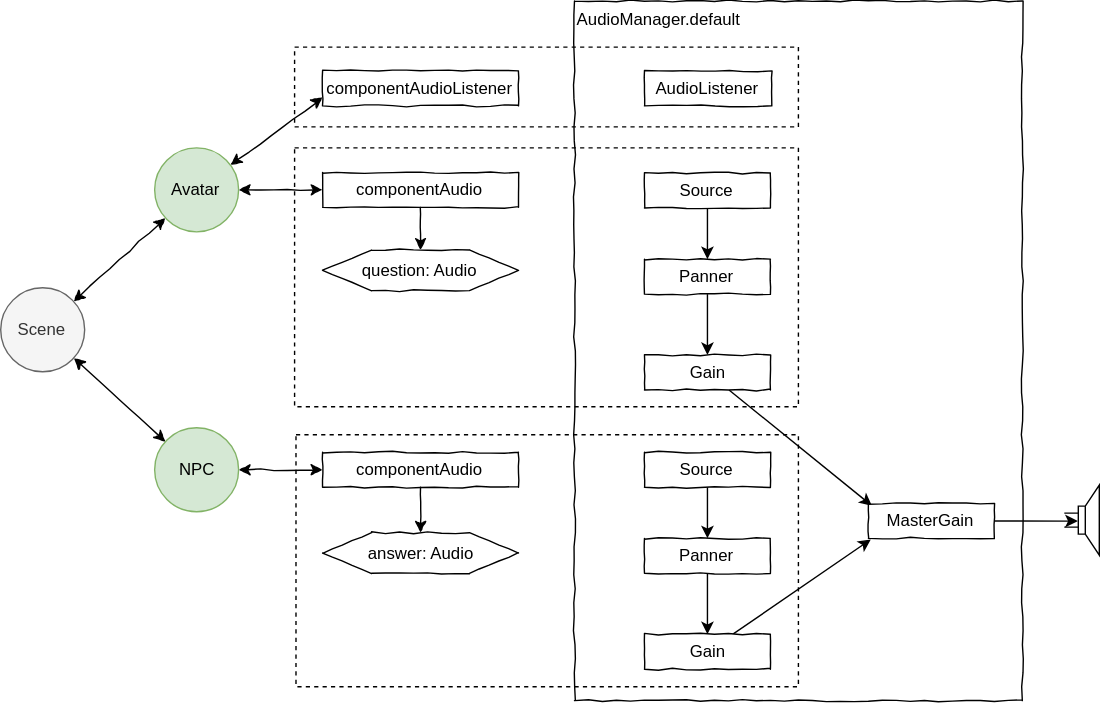
The draw.io diagram Documentation/Design/Audio.svg in JirkaDellOro/FUDGE, before a commit. Source tidied: cells renumbered, new cells last; positions are measured from the earlier drawing's top-left corner, leaving out a move shared by most shapes.
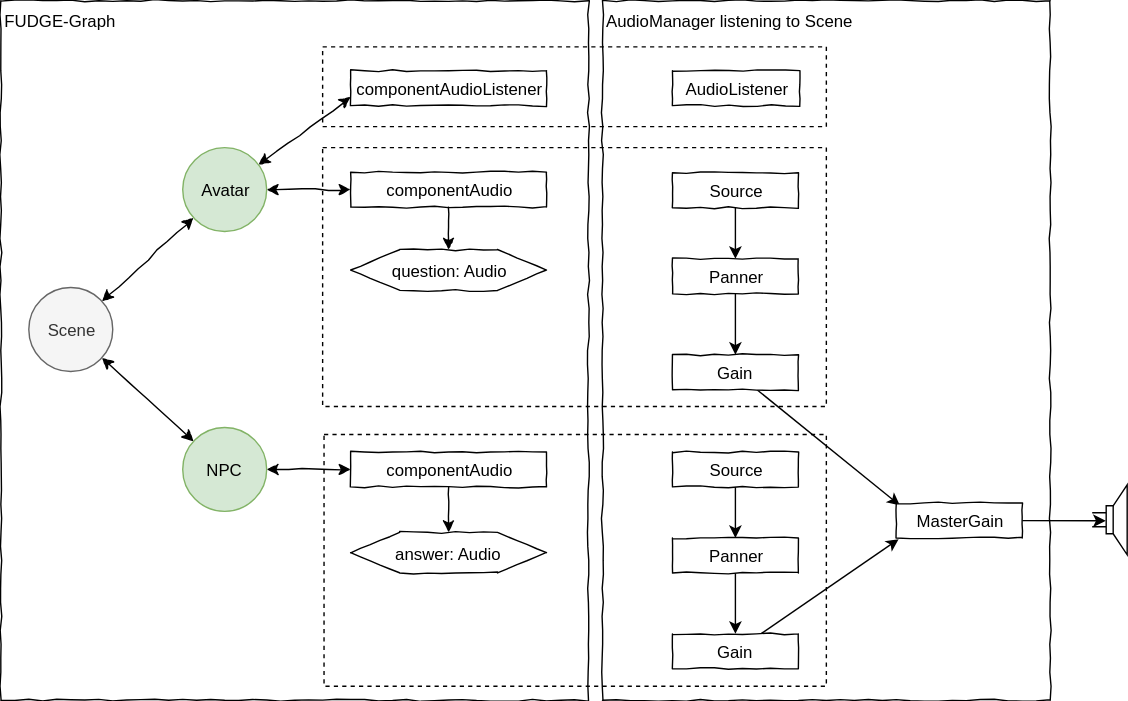
The same file after the commit.

Commit message:
Inserted box for graph and added listening info

Change to the diagram source:
```diff
@@ -2,7 +2,10 @@
   <root>
     <mxCell id="0" />
     <mxCell id="1" parent="0" />
+    <mxCell id="37" value="&lt;div style=&quot;text-align: left&quot;&gt;&lt;span&gt;FUDGE-Graph&lt;/span&gt;&lt;/div&gt;" style="rounded=0;whiteSpace=wrap;html=1;shadow=0;glass=0;comic=1;strokeColor=#000000;labelPosition=center;verticalLabelPosition=middle;align=left;verticalAlign=top;absoluteArcSize=1;arcSize=50;" parent="1" vertex="1">
+      <mxGeometry x="-20" width="420" height="500" as="geometry" />
+    </mxCell>
-    <mxCell id="2" value="&lt;div style=&quot;text-align: left&quot;&gt;&lt;span&gt;AudioManager.default&lt;/span&gt;&lt;/div&gt;" style="rounded=0;whiteSpace=wrap;html=1;shadow=0;glass=0;comic=1;strokeColor=#000000;labelPosition=center;verticalLabelPosition=middle;align=left;verticalAlign=top;absoluteArcSize=1;arcSize=50;" parent="1" vertex="1">
+    <mxCell id="2" value="&lt;div style=&quot;text-align: left&quot;&gt;&lt;span&gt;AudioManager listening to Scene&lt;/span&gt;&lt;/div&gt;" style="rounded=0;whiteSpace=wrap;html=1;shadow=0;glass=0;comic=1;strokeColor=#000000;labelPosition=center;verticalLabelPosition=middle;align=left;verticalAlign=top;absoluteArcSize=1;arcSize=50;" parent="1" vertex="1">
       <mxGeometry x="410" width="320" height="500" as="geometry" />
     </mxCell>
     <mxCell id="3" style="rounded=0;whiteSpace=wrap;html=1;fillColor=none;dashed=1;" parent="1" vertex="1">
```
